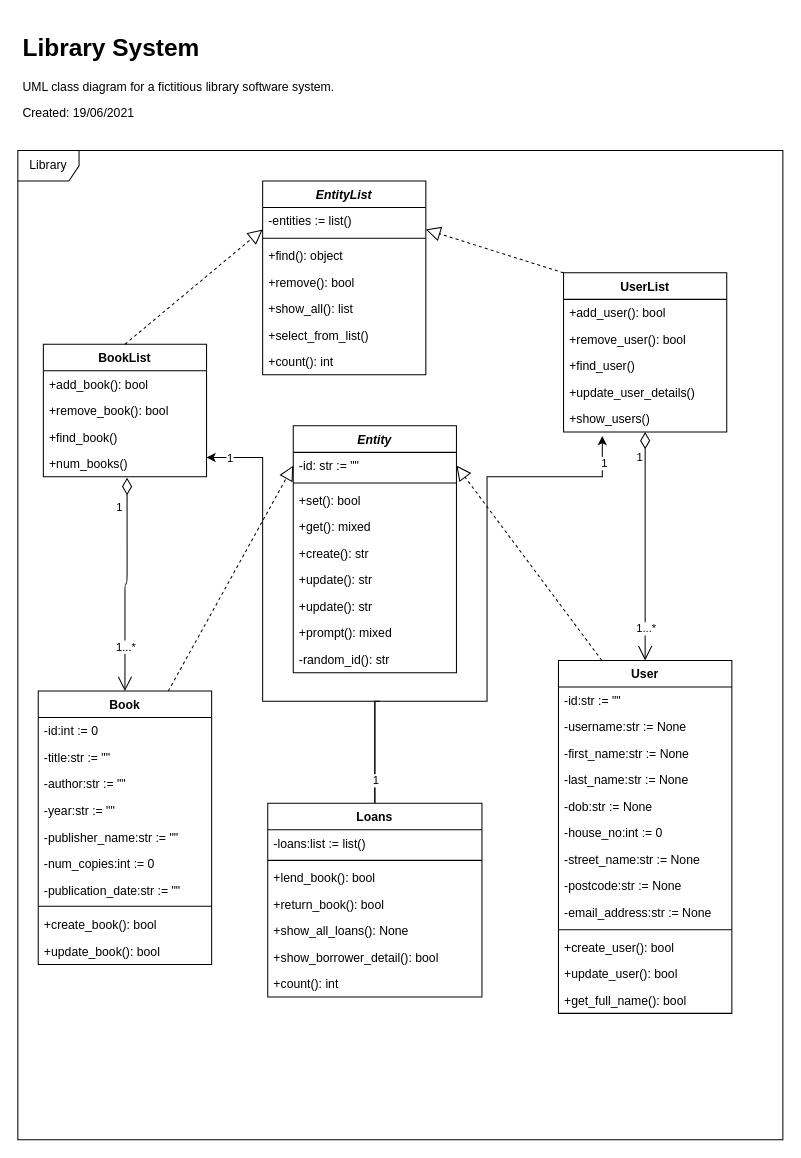
Before: class_diagram.drawio in Chrisu892/Simple-Library-System, a draw.io diagram. Source tidied: cells renumbered, new cells numbered last; positions are measured from the earlier drawing's top-left corner, leaving out a move shared by most shapes. Both pictures are drawn from the tidied source at 102%, with x=0, y=0 at pixel (17, 28).
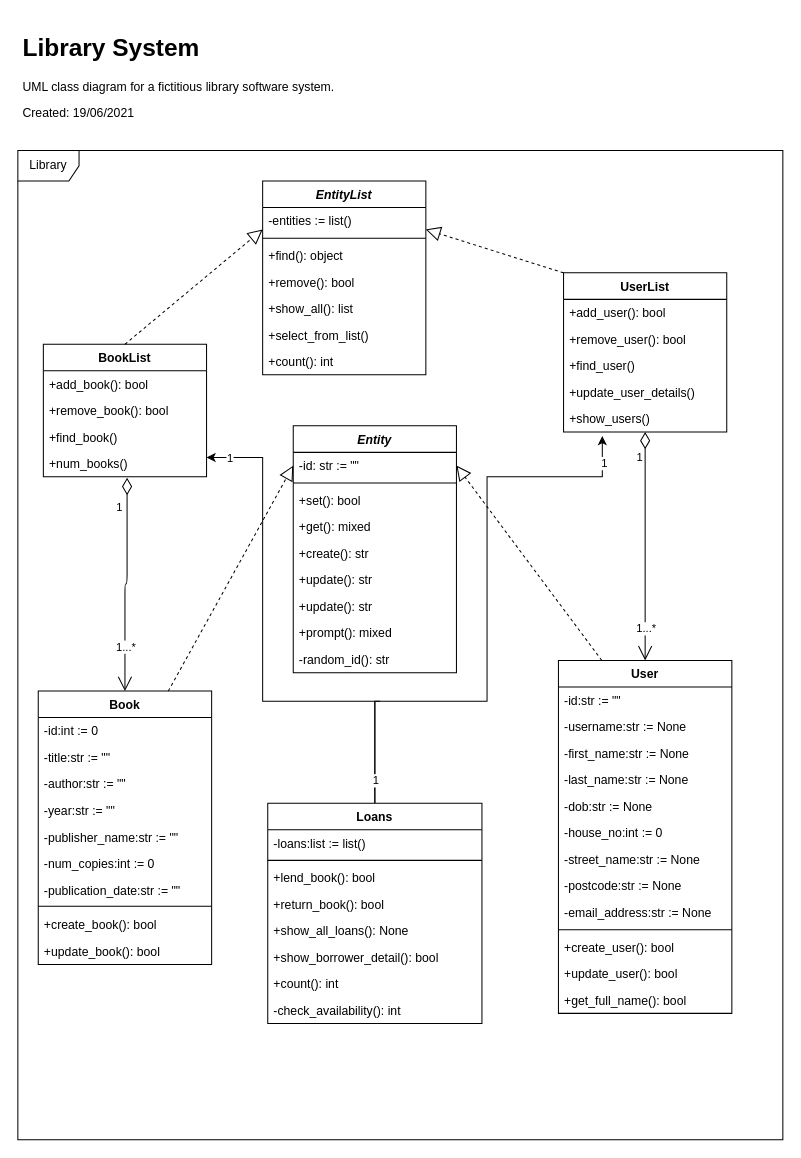
The same diagram, later.

Commit message (it also covers changes not shown here):
updates to loan class

Diff of the diagram source:
```diff
@@
     <mxCell id="44" value="Loans" style="swimlane;fontStyle=1;align=center;verticalAlign=top;horizontal=1;startSize=26;rounded=0;shadow=0;strokeWidth=1;" parent="1" vertex="1">
-      <mxGeometry x="245" y="760" width="210" height="190" as="geometry" />
+      <mxGeometry x="245" y="760" width="210" height="216" as="geometry" />
     </mxCell>
@@
+    <mxCell id="79" value="-check_availability(): int" style="text;align=left;verticalAlign=top;spacingLeft=4;spacingRight=4;overflow=hidden;" parent="44" vertex="1">
+      <mxGeometry y="190" width="210" height="26" as="geometry" />
+    </mxCell>
```
